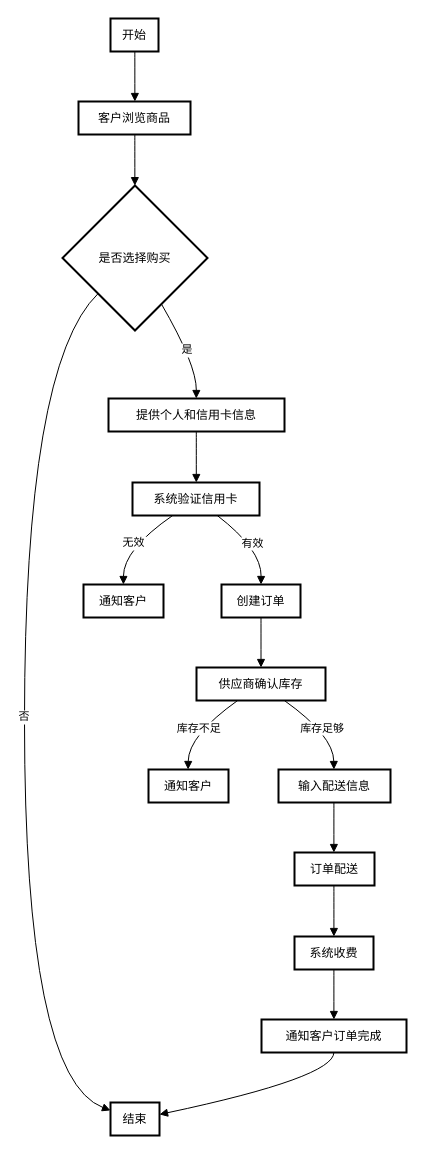
Xiang669/draw keeps this draw.io diagram as 系统流程图.drawio. Above is the earlier version. Source tidied: cells renumbered, new cells numbered last; positions are measured from the earlier drawing's top-left corner, leaving out a move shared by most shapes. Both pictures are drawn from the tidied source at 100%, with x=0, y=0 at pixel (24, 18).
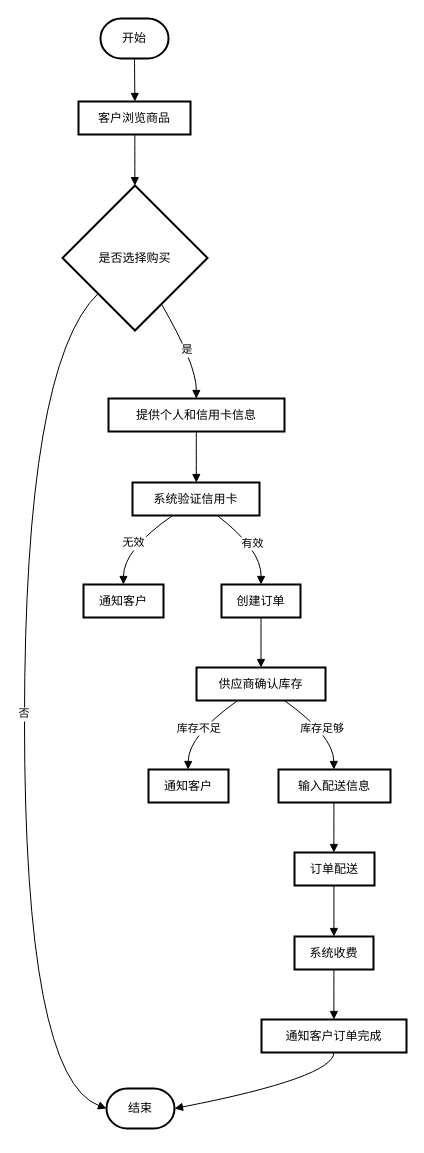
After the change.

Commit message:
更新系统流程图.drawio

The change refers to these unchanged cells:
```xml
<mxCell id="3" value="客户浏览商品" style="whiteSpace=wrap;strokeWidth=2;" parent="1" vertex="1">
  <mxGeometry x="54" y="83" width="112" height="33" as="geometry" />
</mxCell>
<mxCell id="4" value="是否选择购买" style="rhombus;strokeWidth=2;whiteSpace=wrap;" parent="1" vertex="1">
  <mxGeometry x="38" y="167" width="145" height="145" as="geometry" />
</mxCell>
<mxCell id="15" value="通知客户订单完成" style="whiteSpace=wrap;strokeWidth=2;" parent="1" vertex="1">
  <mxGeometry x="237" y="1001" width="145" height="33" as="geometry" />
</mxCell>
```

Diff of the diagram source:
```diff
@@
-    <mxCell id="2" value="开始" style="whiteSpace=wrap;strokeWidth=2;" parent="1" vertex="1">
-      <mxGeometry x="86" width="48" height="33" as="geometry" />
-    </mxCell>
@@
-    <mxCell id="6" value="结束" style="whiteSpace=wrap;strokeWidth=2;" parent="1" vertex="1">
-      <mxGeometry x="86" y="1084" width="49" height="33" as="geometry" />
-    </mxCell>
@@
-    <mxCell id="16" style="curved=1;startArrow=none;endArrow=block;exitX=0.5072917143503824;exitY=1.0121212583599668;entryX=0.5031250204358783;entryY=0.012121258359966856;rounded=0;" parent="1" edge="1" source="2" target="3">
+    <mxCell id="16" style="curved=1;startArrow=none;endArrow=block;exitX=0.5;exitY=1;entryX=0.5031250204358783;entryY=0.012121258359966856;rounded=0;exitDx=0;exitDy=0;exitPerimeter=0;" parent="1" edge="1" source="2" target="3">
       <mxGeometry relative="1" as="geometry" />
     </mxCell>
@@
-    <mxCell id="19" value="否" style="curved=1;startArrow=none;endArrow=block;exitX=-0.0017241116227774784;exitY=0.9838926125318;entryX=0.0010204315185546875;entryY=0.23991878724909424;rounded=0;" parent="1" edge="1" source="4" target="6">
+    <mxCell id="19" value="否" style="curved=1;startArrow=none;endArrow=block;exitX=-0.0017241116227774784;exitY=0.9838926125318;entryX=0;entryY=0.5;rounded=0;entryDx=0;entryDy=0;entryPerimeter=0;" parent="1" edge="1" source="4" target="6">
       <mxGeometry relative="1" as="geometry">
         <Array as="points">
           <mxPoint y="346" />
           <mxPoint y="1059" />
         </Array>
       </mxGeometry>
     </mxCell>
@@
-    <mxCell id="29" style="curved=1;startArrow=none;endArrow=block;exitX=0.499310381659146;exitY=1.0121215473521838;entryX=0.992857212923011;entryY=0.36391759389713035;rounded=0;" parent="1" edge="1" source="15" target="6">
+    <mxCell id="29" style="curved=1;startArrow=none;endArrow=block;exitX=0.499310381659146;exitY=1.0121215473521838;entryX=1;entryY=0.5;rounded=0;entryDx=0;entryDy=0;entryPerimeter=0;" parent="1" edge="1" source="15" target="6">
       <mxGeometry relative="1" as="geometry">
         <Array as="points">
           <mxPoint x="309" y="1059" />
         </Array>
       </mxGeometry>
     </mxCell>
+    <mxCell id="2" value="开始" style="strokeWidth=2;html=1;shape=mxgraph.flowchart.terminator;whiteSpace=wrap;" parent="1" vertex="1">
+      <mxGeometry x="76" width="68" height="40" as="geometry" />
+    </mxCell>
+    <mxCell id="6" value="结束" style="strokeWidth=2;html=1;shape=mxgraph.flowchart.terminator;whiteSpace=wrap;" parent="1" vertex="1">
+      <mxGeometry x="82" y="1070" width="68" height="40" as="geometry" />
+    </mxCell>
```
